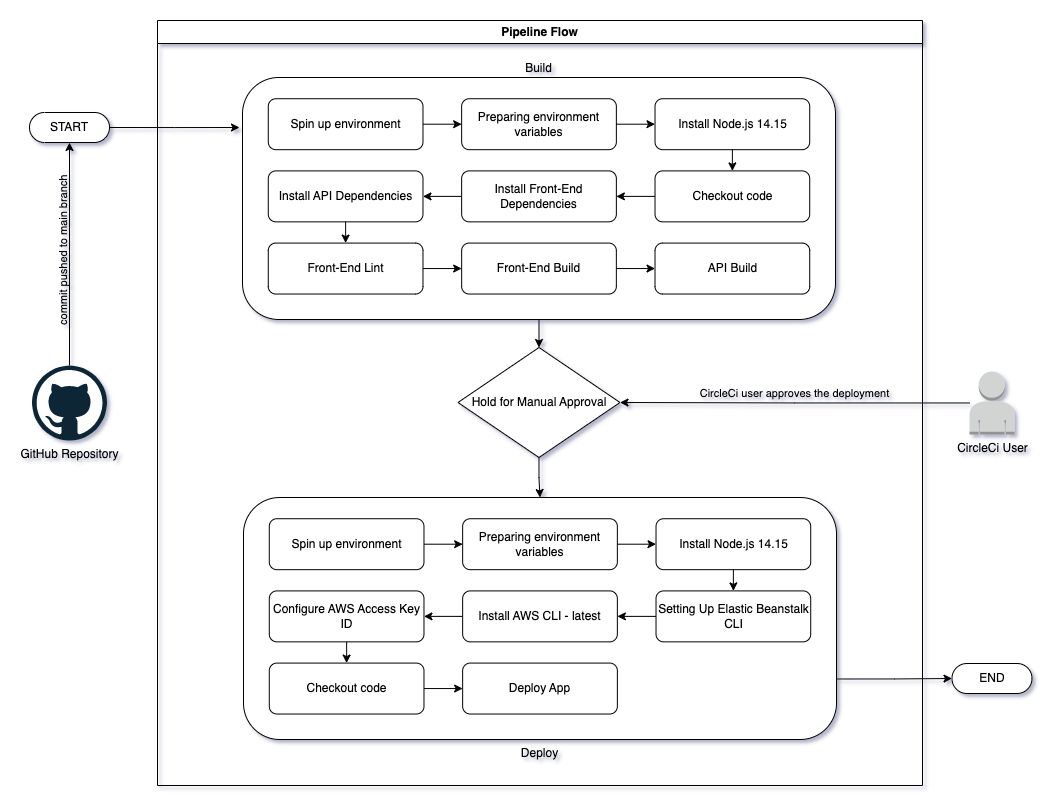
rynartisan/hosting-a-full-stack-application keeps this draw.io diagram as udagram/documentation/assets/Pipeline Process.drawio.png. Above is the earlier version. Source tidied: cells renumbered, new cells last; positions are measured from the earlier drawing's top-left corner, leaving out a move shared by most shapes.
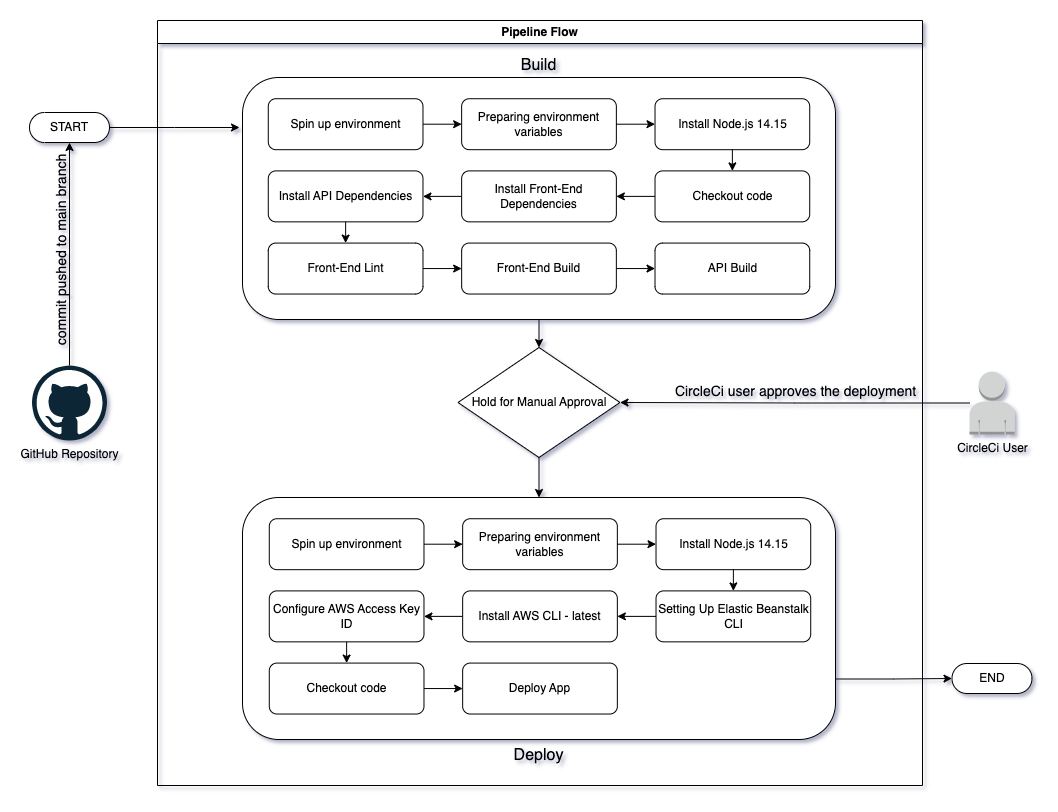
Above is the later version.

Commit message:
Increase font size in the diagram.

What changed in the source:
```diff
@@ -11,10 +11,10 @@
     <mxCell id="4" value="Hold for Manual Approval" style="rhombus;whiteSpace=wrap;html=1;" parent="2" vertex="1">
       <mxGeometry x="300.5" y="327" width="162" height="110" as="geometry" />
     </mxCell>
-    <mxCell id="5" style="group;" parent="2" vertex="1">
+    <mxCell id="5" style="group;fontSize=12;" parent="2" vertex="1">
       <mxGeometry x="85" y="57" width="593" height="242" as="geometry" />
     </mxCell>
-    <mxCell id="6" value="Build" style="rounded=1;whiteSpace=wrap;html=1;labelPosition=center;verticalLabelPosition=top;align=center;verticalAlign=bottom;" parent="5" vertex="1">
+    <mxCell id="6" value="Build" style="rounded=1;whiteSpace=wrap;html=1;labelPosition=center;verticalLabelPosition=top;align=center;verticalAlign=bottom;fontSize=16;" parent="5" vertex="1">
       <mxGeometry width="593" height="242" as="geometry" />
     </mxCell>
     <mxCell id="7" style="group;" parent="5" vertex="1">
@@ -71,8 +71,8 @@
     <mxCell id="24" style="edgeStyle=orthogonalEdgeStyle;rounded=0;jettySize=auto;html=1;exitX=0.5;exitY=1;exitDx=0;exitDy=0;entryX=0.5;entryY=0;entryDx=0;entryDy=0;" parent="7" edge="1" source="13" target="23">
       <mxGeometry relative="1" as="geometry" />
     </mxCell>
-    <mxCell id="25" value="Deploy" style="rounded=1;whiteSpace=wrap;html=1;labelPosition=center;verticalLabelPosition=bottom;align=center;verticalAlign=top;" parent="2" vertex="1">
-      <mxGeometry x="86" y="477" width="593" height="242" as="geometry" />
+    <mxCell id="25" value="Deploy" style="rounded=1;whiteSpace=wrap;html=1;labelPosition=center;verticalLabelPosition=bottom;align=center;verticalAlign=top;fontSize=16;" parent="2" vertex="1">
+      <mxGeometry x="85" y="477" width="593" height="242" as="geometry" />
     </mxCell>
     <mxCell id="26" value="Spin up environment" style="rounded=1;whiteSpace=wrap;html=1;" parent="2" vertex="1">
       <mxGeometry x="111.8" y="498.2" width="154.7" height="50.9" as="geometry" />
@@ -122,7 +122,7 @@
     <mxCell id="41" style="edgeStyle=orthogonalEdgeStyle;rounded=0;jettySize=auto;html=1;exitX=0.5;exitY=1;exitDx=0;exitDy=0;entryX=0.5;entryY=0;entryDx=0;entryDy=0;" parent="2" edge="1" source="6" target="4">
       <mxGeometry relative="1" as="geometry" />
     </mxCell>
-    <mxCell id="42" value="commit pushed to main branch" style="edgeStyle=orthogonalEdgeStyle;rounded=0;jettySize=auto;html=1;entryX=0.5;entryY=0.5;entryDx=0;entryDy=15;entryPerimeter=0;horizontal=0;labelPosition=center;verticalLabelPosition=top;align=center;verticalAlign=bottom;labelBackgroundColor=none;" parent="1" edge="1" source="43" target="48">
+    <mxCell id="42" value="commit pushed to main branch" style="edgeStyle=orthogonalEdgeStyle;rounded=0;jettySize=auto;html=1;entryX=0.5;entryY=0.5;entryDx=0;entryDy=15;entryPerimeter=0;horizontal=0;labelPosition=center;verticalLabelPosition=top;align=center;verticalAlign=bottom;labelBackgroundColor=none;fontSize=14;" parent="1" edge="1" source="43" target="48">
       <mxGeometry relative="1" as="geometry" />
     </mxCell>
     <mxCell id="43" value="GitHub Repository" style="dashed=0;outlineConnect=0;html=1;align=center;labelPosition=center;verticalLabelPosition=bottom;verticalAlign=top;shape=mxgraph.weblogos.github;" parent="1" vertex="1">
@@ -133,7 +133,7 @@
         <mxPoint x="210" y="107" as="targetPoint" />
       </mxGeometry>
     </mxCell>
-    <mxCell id="45" value="CircleCi user approves the deployment" style="edgeStyle=orthogonalEdgeStyle;rounded=0;jettySize=auto;html=1;labelBackgroundColor=none;labelPosition=center;verticalLabelPosition=top;align=center;verticalAlign=bottom;" parent="1" edge="1" source="46" target="4">
+    <mxCell id="45" value="CircleCi user approves the deployment" style="edgeStyle=orthogonalEdgeStyle;rounded=0;jettySize=auto;html=1;labelBackgroundColor=none;labelPosition=center;verticalLabelPosition=top;align=center;verticalAlign=bottom;fontSize=14;" parent="1" edge="1" source="46" target="4">
       <mxGeometry relative="1" as="geometry" />
     </mxCell>
     <mxCell id="46" value="CircleCi User" style="outlineConnect=0;dashed=0;verticalLabelPosition=bottom;verticalAlign=top;align=center;html=1;shape=mxgraph.aws3.user;fillColor=#D2D3D3;gradientColor=none;" parent="1" vertex="1">
```
